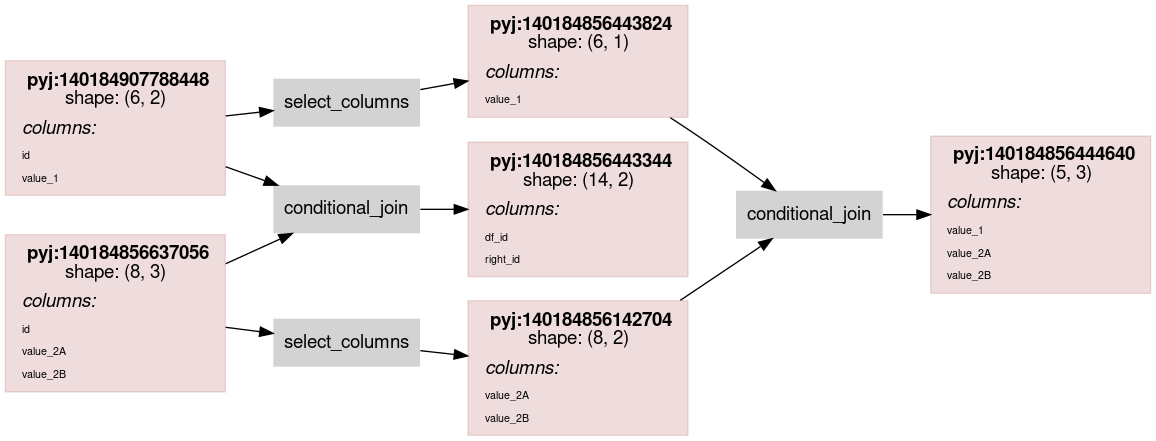
asmirnov69/pyjviz-poc keeps this Graphviz diagram as scripts/rdflog/conditional_join.ttl.dot.png. Above is the earlier version. Its source is kept beside it as scripts/rdflog/conditional_join.ttl.dot.
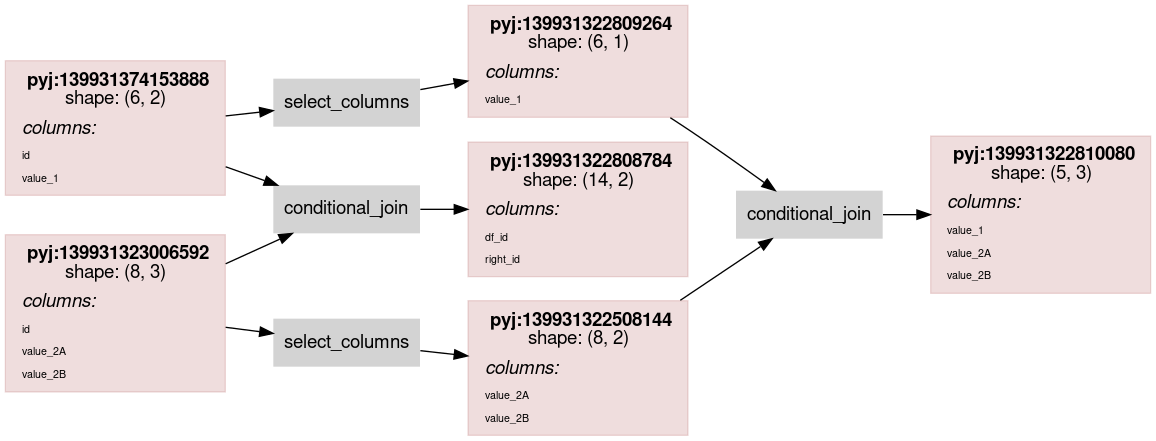
Later version of the same file.

Diff of the diagram source:
```diff
@@ -14,7 +14,7 @@
                 color="#88000022"
                 shape = rect
                 label = <<table border="0" cellborder="0" cellspacing="0" cellpadding="4">
-                         <tr> <td> <b>pyj:140184907788448</b><br/>shape: (6, 2)</td> </tr>
+                         <tr> <td> <b>pyj:139931374153888</b><br/>shape: (6, 2)</td> </tr>
                          <tr> <td align="left"><i>columns:</i><br align="left"/></td></tr>
                 <tr><td align="left"><FONT POINT-SIZE="8px">id</FONT></td></tr>
 <tr><td align="left"><FONT POINT-SIZE="8px">value_1</FONT></td></tr>
@@ -24,7 +24,7 @@
                 color="#88000022"
                 shape = rect
                 label = <<table border="0" cellborder="0" cellspacing="0" cellpadding="4">
-                         <tr> <td> <b>pyj:140184856443344</b><br/>shape: (14, 2)</td> </tr>
+                         <tr> <td> <b>pyj:139931322808784</b><br/>shape: (14, 2)</td> </tr>
                          <tr> <td align="left"><i>columns:</i><br align="left"/></td></tr>
                 <tr><td align="left"><FONT POINT-SIZE="8px">df_id</FONT></td></tr>
 <tr><td align="left"><FONT POINT-SIZE="8px">right_id</FONT></td></tr>
@@ -34,7 +34,7 @@
                 color="#88000022"
                 shape = rect
                 label = <<table border="0" cellborder="0" cellspacing="0" cellpadding="4">
-                         <tr> <td> <b>pyj:140184856637056</b><br/>shape: (8, 3)</td> </tr>
+                         <tr> <td> <b>pyj:139931323006592</b><br/>shape: (8, 3)</td> </tr>
                          <tr> <td align="left"><i>columns:</i><br align="left"/></td></tr>
                 <tr><td align="left"><FONT POINT-SIZE="8px">id</FONT></td></tr>
 <tr><td align="left"><FONT POINT-SIZE="8px">value_2A</FONT></td></tr>
@@ -45,7 +45,7 @@
                 color="#88000022"
                 shape = rect
                 label = <<table border="0" cellborder="0" cellspacing="0" cellpadding="4">
-                         <tr> <td> <b>pyj:140184856443824</b><br/>shape: (6, 1)</td> </tr>
+                         <tr> <td> <b>pyj:139931322809264</b><br/>shape: (6, 1)</td> </tr>
                          <tr> <td align="left"><i>columns:</i><br align="left"/></td></tr>
                 <tr><td align="left"><FONT POINT-SIZE="8px">value_1</FONT></td></tr>
                          </table>>
@@ -54,7 +54,7 @@
                 color="#88000022"
                 shape = rect
                 label = <<table border="0" cellborder="0" cellspacing="0" cellpadding="4">
-                         <tr> <td> <b>pyj:140184856142704</b><br/>shape: (8, 2)</td> </tr>
+                         <tr> <td> <b>pyj:139931322508144</b><br/>shape: (8, 2)</td> </tr>
                          <tr> <td align="left"><i>columns:</i><br align="left"/></td></tr>
                 <tr><td align="left"><FONT POINT-SIZE="8px">value_2A</FONT></td></tr>
 <tr><td align="left"><FONT POINT-SIZE="8px">value_2B</FONT></td></tr>
@@ -64,7 +64,7 @@
                 color="#88000022"
                 shape = rect
                 label = <<table border="0" cellborder="0" cellspacing="0" cellpadding="4">
-                         <tr> <td> <b>pyj:140184856444640</b><br/>shape: (5, 3)</td> </tr>
+                         <tr> <td> <b>pyj:139931322810080</b><br/>shape: (5, 3)</td> </tr>
                          <tr> <td align="left"><i>columns:</i><br align="left"/></td></tr>
                 <tr><td align="left"><FONT POINT-SIZE="8px">value_1</FONT></td></tr>
 <tr><td align="left"><FONT POINT-SIZE="8px">value_2A</FONT></td></tr>
```
